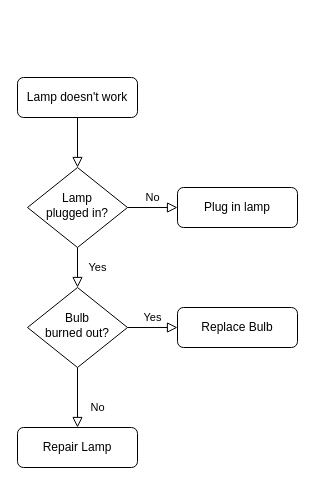
Before: 未命名绘图.drawio in Reductionreaction/stackedit-app-data, a draw.io diagram. Source tidied: cells renumbered, new cells numbered last; positions are measured from the earlier drawing's top-left corner, leaving out a move shared by most shapes. Both pictures are drawn from the tidied source at 100%, with x=0, y=0 at pixel (17, 77).
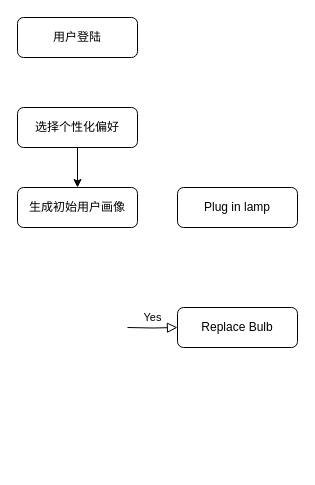
The same diagram, later.

Commit message (it also covers changes not shown here):
更新未命名绘图.drawio

What changed in the source:
```diff
@@
 <mxGraphModel>
   <root>
     <mxCell id="0" />
     <mxCell id="1" parent="0" />
-    <mxCell id="2" style="rounded=0;html=1;jettySize=auto;fontSize=11;endArrow=block;endFill=0;endSize=8;strokeWidth=1;shadow=0;labelBackgroundColor=none;edgeStyle=orthogonalEdgeStyle;" parent="1" edge="1" source="3" target="6">
-      <mxGeometry relative="1" as="geometry" />
-    </mxCell>
+    <mxCell id="13" style="edgeStyle=orthogonalEdgeStyle;rounded=0;jettySize=auto;html=1;exitX=0.5;exitY=1;exitDx=0;exitDy=0;entryX=0.5;entryY=0;entryDx=0;entryDy=0;" parent="1" edge="1" source="3" target="11">
+      <mxGeometry relative="1" as="geometry" />
+    </mxCell>
-    <mxCell id="3" value="Lamp doesn't work" style="rounded=1;whiteSpace=wrap;html=1;fontSize=12;glass=0;strokeWidth=1;shadow=0;" parent="1" vertex="1">
-      <mxGeometry width="120" height="40" as="geometry" />
+    <mxCell id="3" value="选择个性化偏好" style="rounded=1;whiteSpace=wrap;html=1;fontSize=12;glass=0;strokeWidth=1;shadow=0;" parent="1" vertex="1">
+      <mxGeometry y="30" width="120" height="40" as="geometry" />
     </mxCell>
-    <mxCell id="4" value="Yes" style="rounded=0;html=1;jettySize=auto;fontSize=11;endArrow=block;endFill=0;endSize=8;strokeWidth=1;shadow=0;labelBackgroundColor=none;edgeStyle=orthogonalEdgeStyle;" parent="1" edge="1" source="6" target="10">
-      <mxGeometry y="20" relative="1" as="geometry" />
-    </mxCell>
-    <mxCell id="5" value="No" style="edgeStyle=orthogonalEdgeStyle;rounded=0;html=1;jettySize=auto;fontSize=11;endArrow=block;endFill=0;endSize=8;strokeWidth=1;shadow=0;labelBackgroundColor=none;" parent="1" edge="1" source="6" target="7">
-      <mxGeometry y="10" relative="1" as="geometry" />
-    </mxCell>
-    <mxCell id="6" value="Lamp&lt;br&gt;plugged in?" style="rhombus;whiteSpace=wrap;html=1;shadow=0;fontFamily=Helvetica;fontSize=12;align=center;strokeWidth=1;spacing=6;spacingTop=-4;" parent="1" vertex="1">
-      <mxGeometry x="10" y="90" width="100" height="80" as="geometry" />
-    </mxCell>
     <mxCell id="7" value="Plug in lamp" style="rounded=1;whiteSpace=wrap;html=1;fontSize=12;glass=0;strokeWidth=1;shadow=0;" parent="1" vertex="1">
       <mxGeometry x="160" y="110" width="120" height="40" as="geometry" />
     </mxCell>
-    <mxCell id="8" value="No" style="rounded=0;html=1;jettySize=auto;fontSize=11;endArrow=block;endFill=0;endSize=8;strokeWidth=1;shadow=0;labelBackgroundColor=none;edgeStyle=orthogonalEdgeStyle;" parent="1" edge="1" source="10" target="11">
-      <mxGeometry x="0.33" y="20" relative="1" as="geometry" />
-    </mxCell>
-    <mxCell id="9" value="Yes" style="edgeStyle=orthogonalEdgeStyle;rounded=0;html=1;jettySize=auto;fontSize=11;endArrow=block;endFill=0;endSize=8;strokeWidth=1;shadow=0;labelBackgroundColor=none;" parent="1" edge="1" source="10" target="12">
-      <mxGeometry y="10" relative="1" as="geometry" />
+    <mxCell id="9" value="Yes" style="edgeStyle=orthogonalEdgeStyle;rounded=0;html=1;jettySize=auto;fontSize=11;endArrow=block;endFill=0;endSize=8;strokeWidth=1;shadow=0;labelBackgroundColor=none;" parent="1" edge="1" target="12">
+      <mxGeometry y="10" relative="1" as="geometry">
+        <mxPoint x="110" y="250" as="sourcePoint" />
+      </mxGeometry>
     </mxCell>
-    <mxCell id="10" value="Bulb&lt;br&gt;burned out?" style="rhombus;whiteSpace=wrap;html=1;shadow=0;fontFamily=Helvetica;fontSize=12;align=center;strokeWidth=1;spacing=6;spacingTop=-4;" parent="1" vertex="1">
-      <mxGeometry x="10" y="210" width="100" height="80" as="geometry" />
-    </mxCell>
-    <mxCell id="11" value="Repair Lamp" style="rounded=1;whiteSpace=wrap;html=1;fontSize=12;glass=0;strokeWidth=1;shadow=0;" parent="1" vertex="1">
-      <mxGeometry y="350" width="120" height="40" as="geometry" />
+    <mxCell id="11" value="生成初始用户画像" style="rounded=1;whiteSpace=wrap;html=1;fontSize=12;glass=0;strokeWidth=1;shadow=0;" parent="1" vertex="1">
+      <mxGeometry y="110" width="120" height="40" as="geometry" />
     </mxCell>
     <mxCell id="12" value="Replace Bulb" style="rounded=1;whiteSpace=wrap;html=1;fontSize=12;glass=0;strokeWidth=1;shadow=0;" parent="1" vertex="1">
       <mxGeometry x="160" y="230" width="120" height="40" as="geometry" />
     </mxCell>
+    <mxCell id="14" value="用户登陆" style="rounded=1;whiteSpace=wrap;html=1;fontSize=12;glass=0;strokeWidth=1;shadow=0;" parent="1" vertex="1">
+      <mxGeometry y="-60" width="120" height="40" as="geometry" />
+    </mxCell>
   </root>
 </mxGraphModel>
```
